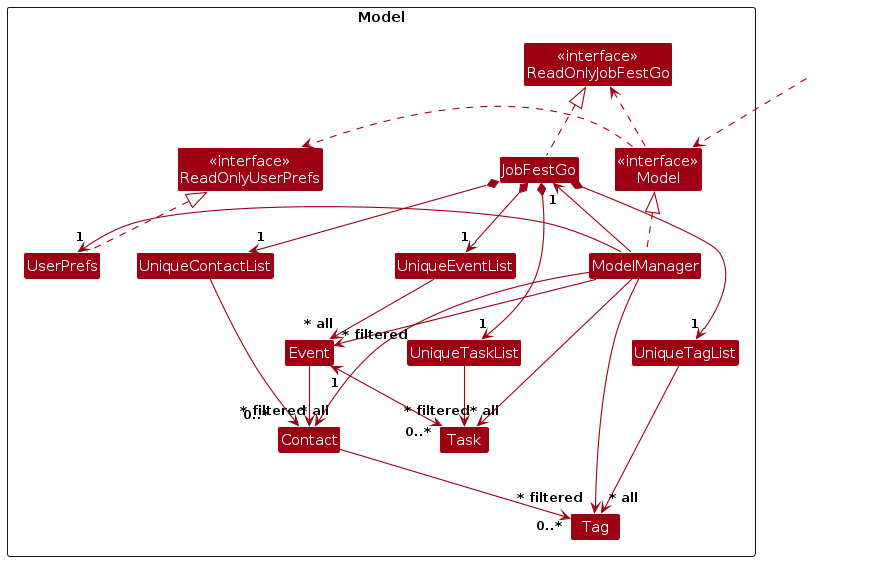
Before: diagrams/ModelClassDiagram.png, a diagram exported from PlantUML (AY2324S1-CS2103T-T09-1/tp). Its source is kept beside it as diagrams/ModelClassDiagram.puml.
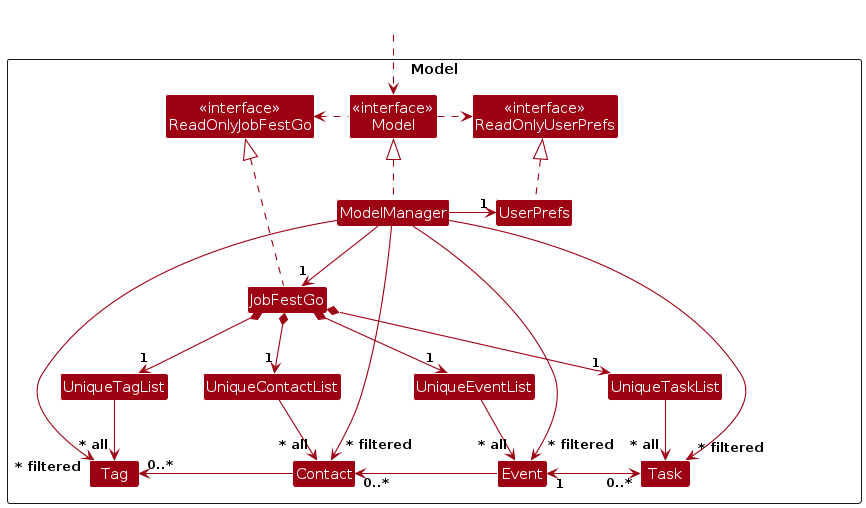
The same file after the commit.

The edit, as a diff of the source:
```diff
@@ -21,6 +21,12 @@
   Class Contact
   Class Tag
   Class I #FFFFFF
+
+  hide circle
+    UniqueTaskList -[hidden]> I
+    UniqueEventList -[hidden]> I
+    UniqueContactList -[hidden]> I
+    UniqueTagList -[hidden]> I
 }
 
 Class HiddenOutside #FFFFFF
@@ -31,27 +37,26 @@
 ModelManager .up.|> Model
 Model .right.> ReadOnlyUserPrefs
 Model .left.> ReadOnlyJobFestGo
-ModelManager -left-> "1" JobFestGo
+ModelManager --> "1" JobFestGo
 ModelManager -right-> "1" UserPrefs
 UserPrefs .up.|> ReadOnlyUserPrefs
 
+JobFestGo *--> "1" UniqueTaskList
 JobFestGo *--> "1" UniqueContactList
-JobFestGo *--> "1" UniqueTaskList
 JobFestGo *--> "1" UniqueEventList
 JobFestGo *--> "1" UniqueTagList
 UniqueEventList --> "~* all" Event
 UniqueTaskList --> "~* all" Task
+UniqueContactList --> "~* all" Contact
 UniqueTagList --> "~* all" Tag
-UniqueContactList --> "~* all" Contact
-Event "1" <--> "0..*" Task
-Event --> "0..*" Contact
-Contact --> "0..*" Tag
+Contact -> "0..*" Tag
+Event -down> "0..*" Contact
+Event "1" <-left-> "0..*" Task
 
-Contact -[hidden]up--> I
-UniqueContactList -[hidden]right-> I
 
-ModelManager --> "~* filtered" Contact
-ModelManager --> "~* filtered" Event
-ModelManager --> "~* filtered" Task
-ModelManager --> "~* filtered" Tag
+ModelManager -> "~* filtered" Contact
+ModelManager -> "~* filtered" Event
+ModelManager -> "~* filtered" Tag
+ModelManager -> "~* filtered" Task
+
 @enduml
```
